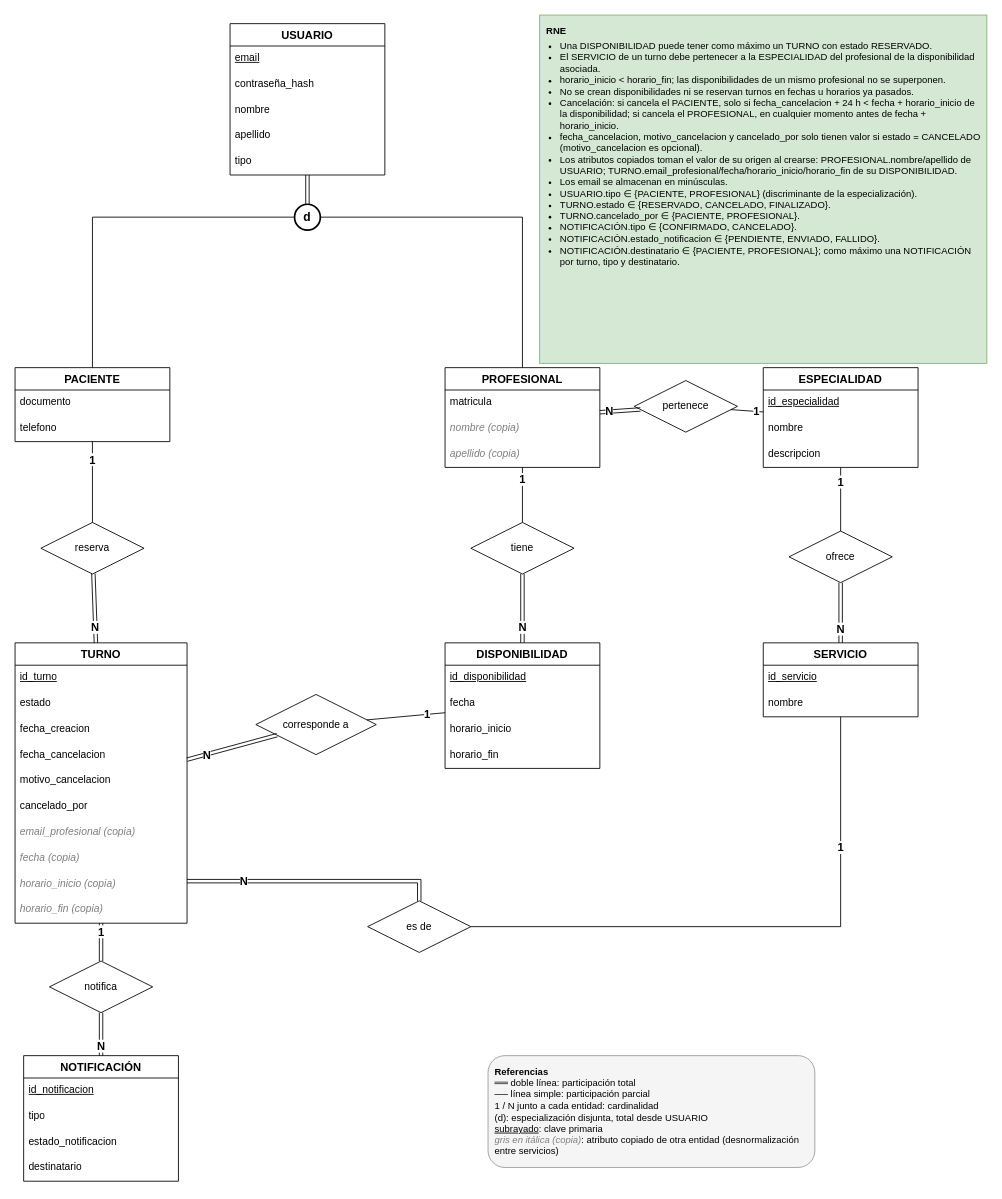
Above: docs/diagramas/mer.drawio in PaoloPortugal/Sistemas-Distribuidos (draw.io), before the change. Source tidied: cells renumbered, new cells numbered last; positions are measured from the earlier drawing's top-left corner, leaving out a move shared by most shapes. Both pictures are drawn from the tidied source at 86%, with x=0, y=0 at pixel (15, 15).
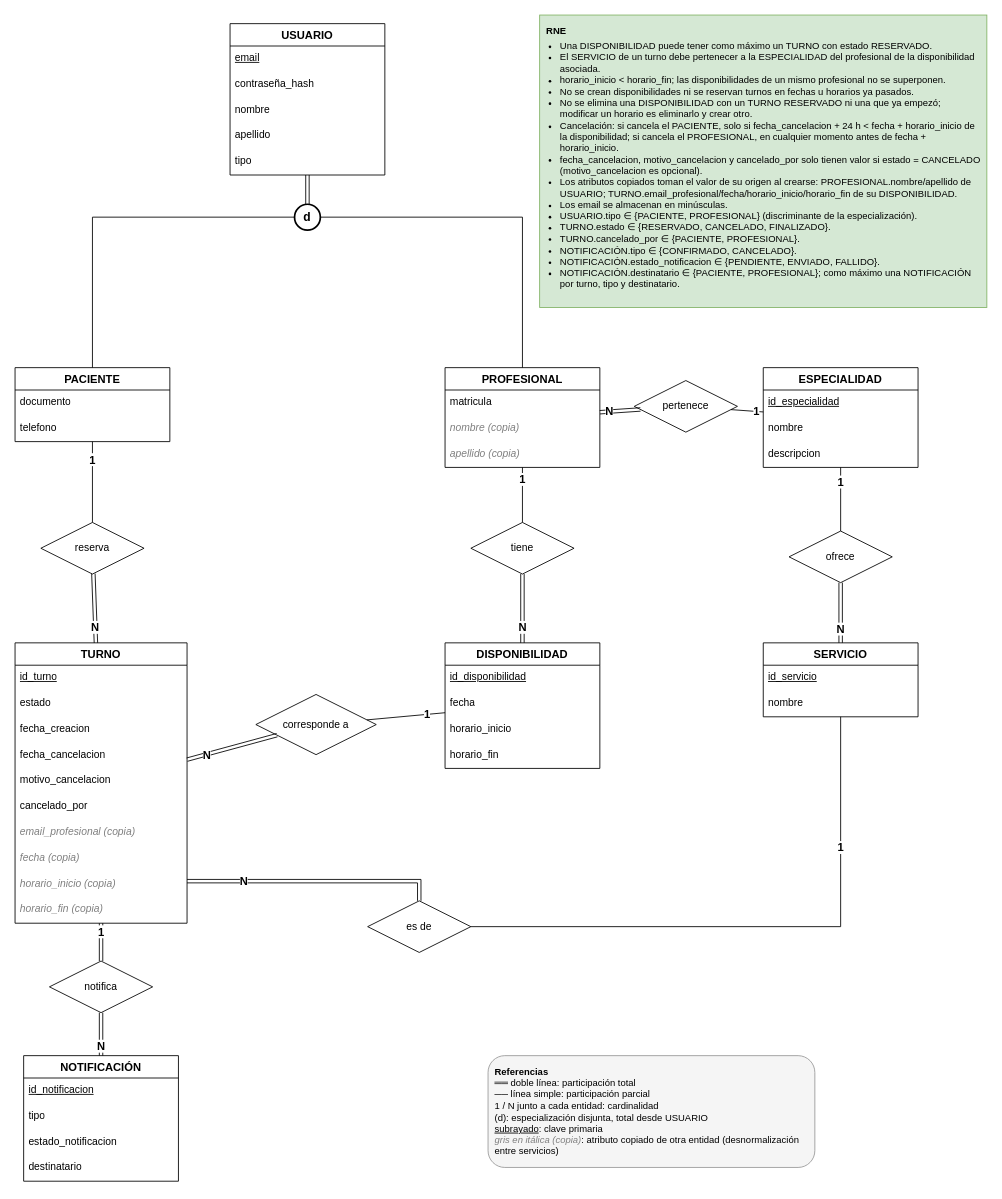
The same page after the edit.

The edit, as a diff of the source:
```diff
@@
-    <mxCell id="61" value="&lt;b&gt;RNE&lt;/b&gt;&lt;ul style='margin:4px 0;padding-left:16px'&gt;&lt;li&gt;Una DISPONIBILIDAD puede tener como máximo un TURNO con estado RESERVADO.&lt;/li&gt;&lt;li&gt;El SERVICIO de un turno debe pertenecer a la ESPECIALIDAD del profesional de la disponibilidad asociada.&lt;/li&gt;&lt;li&gt;horario_inicio &amp;lt; horario_fin; las disponibilidades de un mismo profesional no se superponen.&lt;/li&gt;&lt;li&gt;No se crean disponibilidades ni se reservan turnos en fechas u horarios ya pasados.&lt;/li&gt;&lt;li&gt;Cancelación: si cancela el PACIENTE, solo si fecha_cancelacion + 24 h &amp;lt; fecha + horario_inicio de la disponibilidad; si cancela el PROFESIONAL, en cualquier momento antes de fecha + horario_inicio.&lt;/li&gt;&lt;li&gt;fecha_cancelacion, motivo_cancelacion y cancelado_por solo tienen valor si estado = CANCELADO (motivo_cancelacion es opcional).&lt;/li&gt;&lt;li&gt;Los atributos copiados toman el valor de su origen al crearse: PROFESIONAL.nombre/apellido de USUARIO; TURNO.email_profesional/fecha/horario_inicio/horario_fin de su DISPONIBILIDAD.&lt;/li&gt;&lt;li&gt;Los email se almacenan en minúsculas.&lt;/li&gt;&lt;li&gt;USUARIO.tipo ∈ {PACIENTE, PROFESIONAL} (discriminante de la especialización).&lt;/li&gt;&lt;li&gt;TURNO.estado ∈ {RESERVADO, CANCELADO, FINALIZADO}.&lt;/li&gt;&lt;li&gt;TURNO.cancelado_por ∈ {PACIENTE, PROFESIONAL}.&lt;/li&gt;&lt;li&gt;NOTIFICACIÓN.tipo ∈ {CONFIRMADO, CANCELADO}.&lt;/li&gt;&lt;li&gt;NOTIFICACIÓN.estado_notificacion ∈ {PENDIENTE, ENVIADO, FALLIDO}.&lt;/li&gt;&lt;li&gt;NOTIFICACIÓN.destinatario ∈ {PACIENTE, PROFESIONAL}; como máximo una NOTIFICACIÓN por turno, tipo y destinatario.&lt;/li&gt;&lt;/ul&gt;" style="text;html=1;align=left;verticalAlign=top;whiteSpace=wrap;strokeColor=#82b366;fillColor=#d5e8d4;spacing=8;fontSize=11;" parent="1" vertex="1">
-      <mxGeometry x="610" width="520" height="405" as="geometry" />
+    <mxCell id="61" value="&lt;b&gt;RNE&lt;/b&gt;&lt;ul style='margin:4px 0;padding-left:16px'&gt;&lt;li&gt;Una DISPONIBILIDAD puede tener como máximo un TURNO con estado RESERVADO.&lt;/li&gt;&lt;li&gt;El SERVICIO de un turno debe pertenecer a la ESPECIALIDAD del profesional de la disponibilidad asociada.&lt;/li&gt;&lt;li&gt;horario_inicio &amp;lt; horario_fin; las disponibilidades de un mismo profesional no se superponen.&lt;/li&gt;&lt;li&gt;No se crean disponibilidades ni se reservan turnos en fechas u horarios ya pasados.&lt;/li&gt;&lt;li&gt;No se elimina una DISPONIBILIDAD con un TURNO RESERVADO ni una que ya empezó; modificar un horario es eliminarlo y crear otro.&lt;/li&gt;&lt;li&gt;Cancelación: si cancela el PACIENTE, solo si fecha_cancelacion + 24 h &amp;lt; fecha + horario_inicio de la disponibilidad; si cancela el PROFESIONAL, en cualquier momento antes de fecha + horario_inicio.&lt;/li&gt;&lt;li&gt;fecha_cancelacion, motivo_cancelacion y cancelado_por solo tienen valor si estado = CANCELADO (motivo_cancelacion es opcional).&lt;/li&gt;&lt;li&gt;Los atributos copiados toman el valor de su origen al crearse: PROFESIONAL.nombre/apellido de USUARIO; TURNO.email_profesional/fecha/horario_inicio/horario_fin de su DISPONIBILIDAD.&lt;/li&gt;&lt;li&gt;Los email se almacenan en minúsculas.&lt;/li&gt;&lt;li&gt;USUARIO.tipo ∈ {PACIENTE, PROFESIONAL} (discriminante de la especialización).&lt;/li&gt;&lt;li&gt;TURNO.estado ∈ {RESERVADO, CANCELADO, FINALIZADO}.&lt;/li&gt;&lt;li&gt;TURNO.cancelado_por ∈ {PACIENTE, PROFESIONAL}.&lt;/li&gt;&lt;li&gt;NOTIFICACIÓN.tipo ∈ {CONFIRMADO, CANCELADO}.&lt;/li&gt;&lt;li&gt;NOTIFICACIÓN.estado_notificacion ∈ {PENDIENTE, ENVIADO, FALLIDO}.&lt;/li&gt;&lt;li&gt;NOTIFICACIÓN.destinatario ∈ {PACIENTE, PROFESIONAL}; como máximo una NOTIFICACIÓN por turno, tipo y destinatario.&lt;/li&gt;&lt;/ul&gt;" style="text;html=1;align=left;verticalAlign=top;whiteSpace=wrap;strokeColor=#82b366;fillColor=#d5e8d4;spacing=8;fontSize=11;" parent="1" vertex="1">
+      <mxGeometry x="610" width="520" height="340" as="geometry" />
     </mxCell>
```
